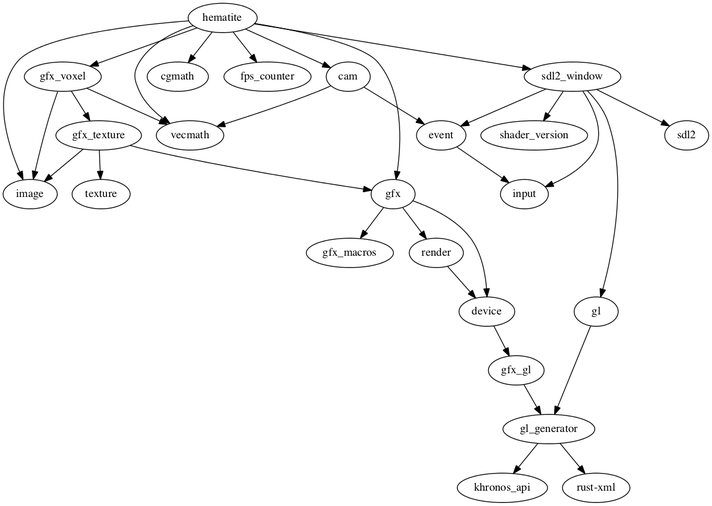
Before: Cargo.png, a diagram exported from Graphviz (PistonDevelopers/hematite). Its source is kept beside it as Cargo.dot.
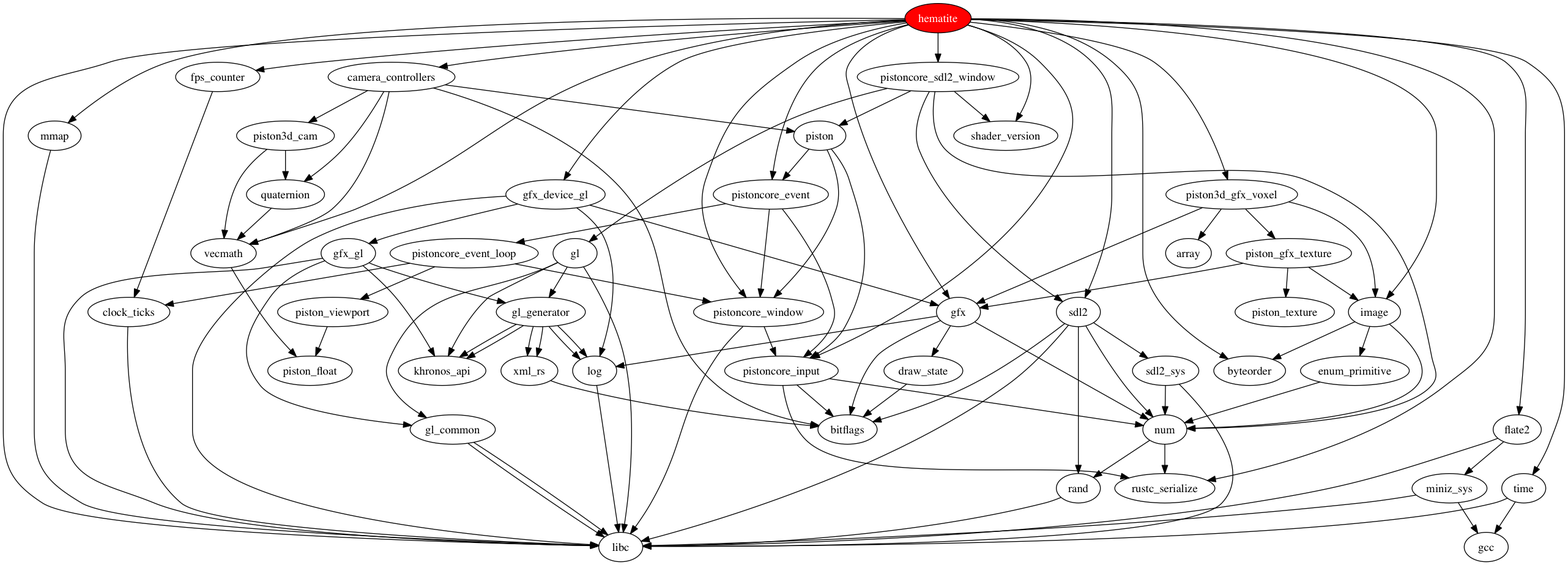
The same diagram one commit later.

Change to the diagram source:
```diff
@@ -1,56 +1,111 @@
-digraph example3 {
-    N0[label="hematite"];
-    N1[label="render"];
-    N2[label="device"];
-    N3[label="gfx_voxel"];
-    N4[label="vecmath"];
-    N5[label="image"];
-    N6[label="gfx_texture"];
-    N7[label="cgmath"];
-    N8[label="gfx_gl"];
-    N9[label="gl_generator"];
-    N10[label="khronos_api"];
-    N11[label="fps_counter"];
-    N12[label="shader_version"];
-    N13[label="cam"];
-    N14[label="event"];
-    N15[label="sdl2_window"];
-    N16[label="gl"];
-    N17[label="input"];
-    N18[label="sdl2"];
-    N19[label="gfx"];
-    N20[label="texture"];
-    N21[label="rust-xml"];
-    N22[label="gfx_macros"];
-    N1 -> N2[label=""];
-    N3 -> N4[label=""];
-    N3 -> N5[label=""];
-    N3 -> N6[label=""];
-    N8 -> N9[label=""];
-    N13 -> N14[label=""];
-    N13 -> N4[label=""];
-    N2 -> N8[label=""];
-    N15 -> N12[label=""];
-    N15 -> N16[label=""];
-    N15 -> N17[label=""];
-    N15 -> N14[label=""];
-    N15 -> N18[label=""];
-    N6 -> N19[label=""];
-    N6 -> N5[label=""];
-    N6 -> N20[label=""];
-    N19 -> N22[label=""];
-    N19 -> N2[label=""];
-    N19 -> N1[label=""];
-    N0 -> N19[label=""];
-    N0 -> N15[label=""];
-    N0 -> N11[label=""];
-    N0 -> N5[label=""];
-    N0 -> N3[label=""];
-    N0 -> N13[label=""];
-    N0 -> N7[label=""];
-    N0 -> N4[label=""];
-    N16 -> N9[label=""];
-    N14 -> N17[label=""];
-    N9 -> N21[label=""];
-    N9 -> N10[label=""];
+digraph hematite {
+  hematite [root=true]
+  hematite [fillcolor=red]
+  hematite [fontcolor=white]
+  hematite [style=filled]
+  hematite -> byteorder;
+  hematite -> camera_controllers;
+  hematite -> flate2;
+  hematite -> fps_counter;
+  hematite -> gfx;
+  hematite -> gfx_device_gl;
+  hematite -> image;
+  hematite -> libc;
+  hematite -> mmap;
+  hematite -> piston3d_gfx_voxel;
+  hematite -> pistoncore_event;
+  hematite -> pistoncore_input;
+  hematite -> pistoncore_sdl2_window;
+  hematite -> pistoncore_window;
+  hematite -> rustc_serialize;
+  hematite -> sdl2;
+  hematite -> shader_version;
+  hematite -> time;
+  hematite -> vecmath;
+  camera_controllers -> bitflags;
+  camera_controllers -> piston;
+  camera_controllers -> piston3d_cam;
+  camera_controllers -> quaternion;
+  camera_controllers -> vecmath;
+  clock_ticks -> libc;
+  draw_state -> bitflags;
+  enum_primitive -> num;
+  flate2 -> libc;
+  flate2 -> miniz_sys;
+  fps_counter -> clock_ticks;
+  gfx -> bitflags;
+  gfx -> draw_state;
+  gfx -> log;
+  gfx -> num;
+  gfx_device_gl -> gfx;
+  gfx_device_gl -> gfx_gl;
+  gfx_device_gl -> libc;
+  gfx_device_gl -> log;
+  gfx_gl -> gl_common;
+  gfx_gl -> gl_generator;
+  gfx_gl -> khronos_api;
+  gfx_gl -> libc;
+  gl -> gl_common;
+  gl -> gl_generator;
+  gl -> khronos_api;
+  gl -> libc;
+  gl_common -> libc;
+  gl_common -> libc;
+  gl_generator -> khronos_api;
+  gl_generator -> log;
+  gl_generator -> xml_rs;
+  gl_generator -> khronos_api;
+  gl_generator -> log;
+  gl_generator -> xml_rs;
+  image -> byteorder;
+  image -> enum_primitive;
+  image -> num;
+  log -> libc;
+  miniz_sys -> gcc;
+  miniz_sys -> libc;
+  mmap -> libc;
+  num -> rand;
+  num -> rustc_serialize;
+  piston -> pistoncore_event;
+  piston -> pistoncore_input;
+  piston -> pistoncore_window;
+  piston_gfx_texture -> gfx;
+  piston_gfx_texture -> image;
+  piston_gfx_texture -> piston_texture;
+  piston_viewport -> piston_float;
+  piston3d_cam -> quaternion;
+  piston3d_cam -> vecmath;
+  piston3d_gfx_voxel -> array;
+  piston3d_gfx_voxel -> gfx;
+  piston3d_gfx_voxel -> image;
+  piston3d_gfx_voxel -> piston_gfx_texture;
+  pistoncore_event -> pistoncore_event_loop;
+  pistoncore_event -> pistoncore_input;
+  pistoncore_event -> pistoncore_window;
+  pistoncore_event_loop -> clock_ticks;
+  pistoncore_event_loop -> piston_viewport;
+  pistoncore_event_loop -> pistoncore_window;
+  pistoncore_input -> bitflags;
+  pistoncore_input -> num;
+  pistoncore_input -> rustc_serialize;
+  pistoncore_sdl2_window -> gl;
+  pistoncore_sdl2_window -> num;
+  pistoncore_sdl2_window -> piston;
+  pistoncore_sdl2_window -> sdl2;
+  pistoncore_sdl2_window -> shader_version;
+  pistoncore_window -> libc;
+  pistoncore_window -> pistoncore_input;
+  quaternion -> vecmath;
+  rand -> libc;
+  sdl2 -> bitflags;
+  sdl2 -> libc;
+  sdl2 -> num;
+  sdl2 -> rand;
+  sdl2 -> sdl2_sys;
+  sdl2_sys -> libc;
+  sdl2_sys -> num;
+  time -> gcc;
+  time -> libc;
+  vecmath -> piston_float;
+  xml_rs -> bitflags;
 }
```
